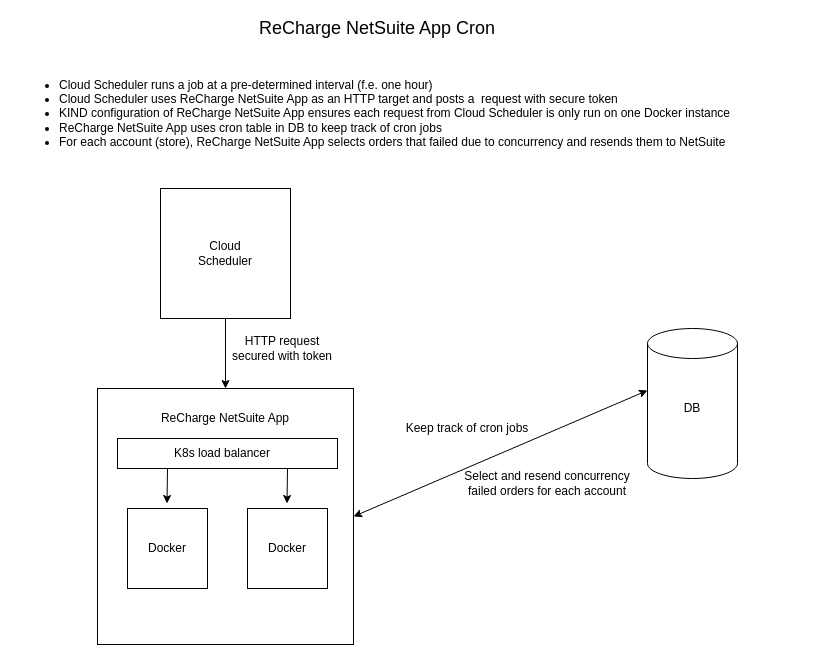
Above: ReCharge Crons Proposal.drawio in alexrsunrise/diagrams (draw.io), before the change. Source tidied: cells renumbered, new cells numbered last; positions are measured from the earlier drawing's top-left corner, leaving out a move shared by most shapes. Both pictures are drawn from the tidied source at 100%, with x=0, y=0 at pixel (17, 18).
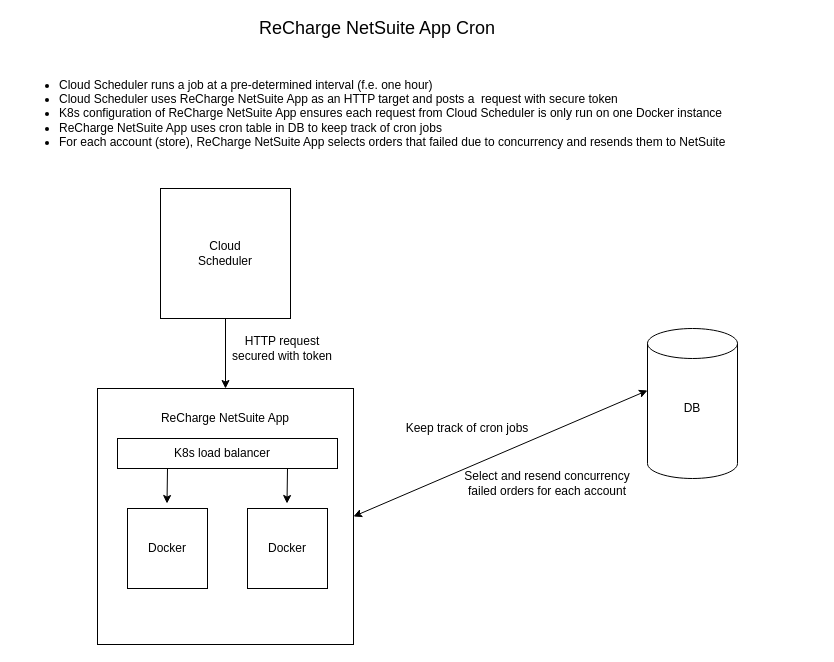
After the change.

The edit, as a diff of the source:
```diff
@@
-    <mxCell id="19" value="&lt;ul&gt;&lt;li&gt;Cloud Scheduler runs a job at a pre-determined interval (f.e. one hour)&lt;/li&gt;&lt;li&gt;Cloud Scheduler uses ReCharge NetSuite App as an HTTP target and posts a&amp;nbsp; request with secure token&lt;/li&gt;&lt;li&gt;KIND configuration of ReCharge NetSuite App ensures each request from Cloud Scheduler is only run on one Docker instance&lt;/li&gt;&lt;li&gt;ReCharge NetSuite App uses cron table in DB to keep track of cron jobs&lt;/li&gt;&lt;li&gt;For each account (store), ReCharge NetSuite App selects orders that failed due to concurrency and resends them to NetSuite&lt;/li&gt;&lt;/ul&gt;" style="text;html=1;strokeColor=none;fillColor=none;align=left;verticalAlign=middle;whiteSpace=wrap;rounded=0;" parent="1" vertex="1">
+    <mxCell id="19" value="&lt;ul&gt;&lt;li&gt;Cloud Scheduler runs a job at a pre-determined interval (f.e. one hour)&lt;/li&gt;&lt;li&gt;Cloud Scheduler uses ReCharge NetSuite App as an HTTP target and posts a&amp;nbsp; request with secure token&lt;/li&gt;&lt;li&gt;K8s configuration of ReCharge NetSuite App ensures each request from Cloud Scheduler is only run on one Docker instance&lt;/li&gt;&lt;li&gt;ReCharge NetSuite App uses cron table in DB to keep track of cron jobs&lt;/li&gt;&lt;li&gt;For each account (store), ReCharge NetSuite App selects orders that failed due to concurrency and resends them to NetSuite&lt;/li&gt;&lt;/ul&gt;" style="text;html=1;strokeColor=none;fillColor=none;align=left;verticalAlign=middle;whiteSpace=wrap;rounded=0;" parent="1" vertex="1">
       <mxGeometry y="40" width="800" height="110" as="geometry" />
     </mxCell>
```
